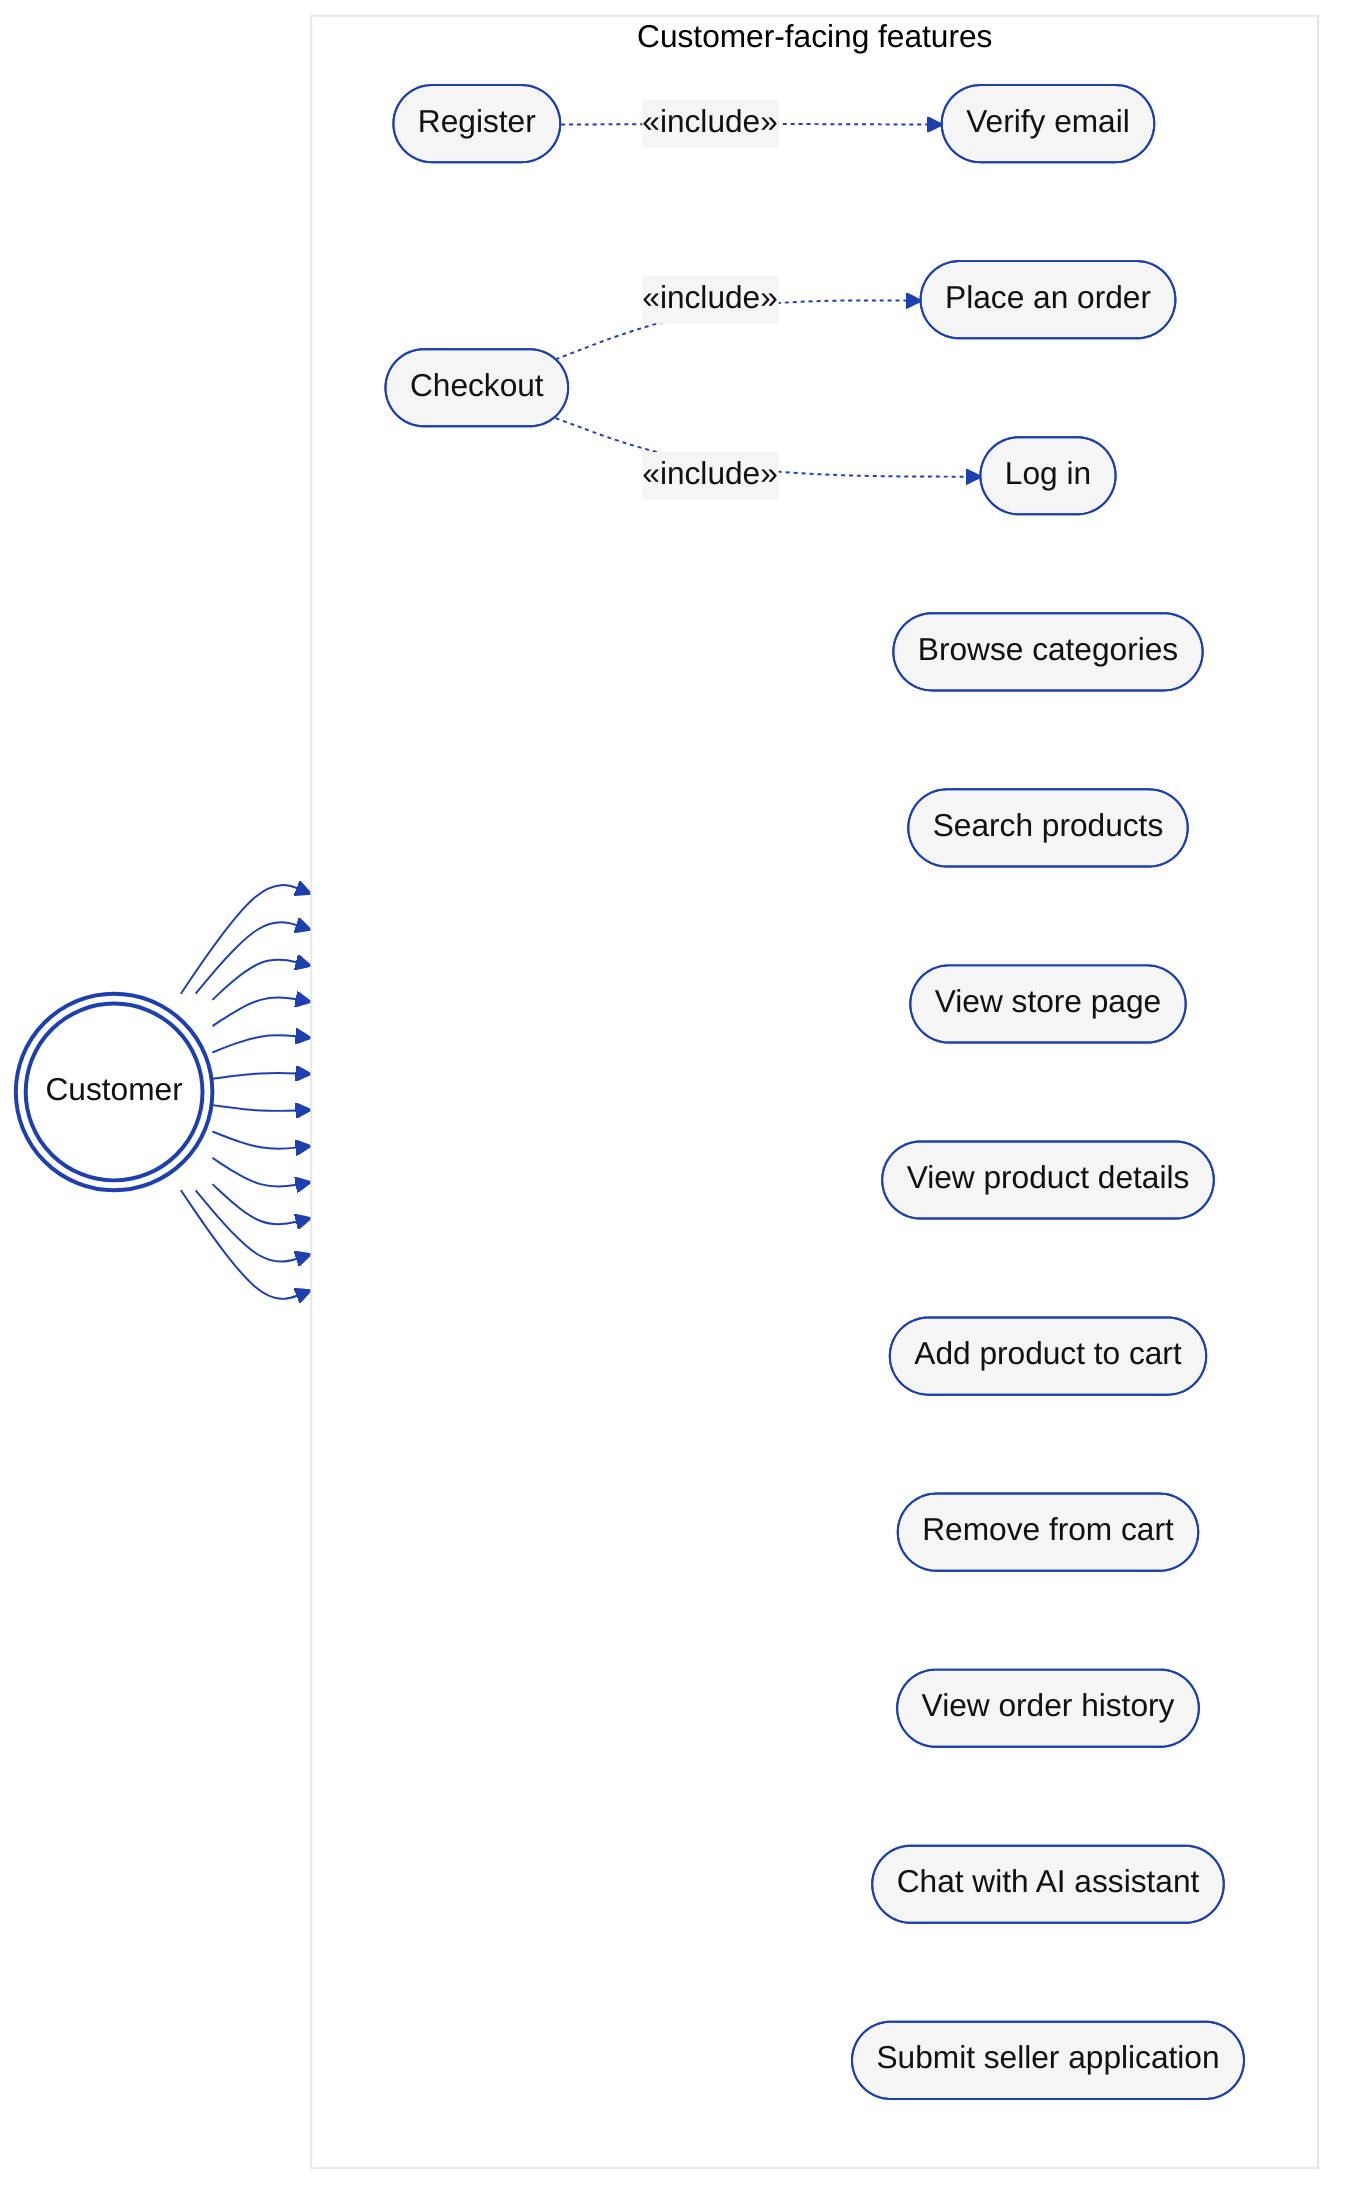
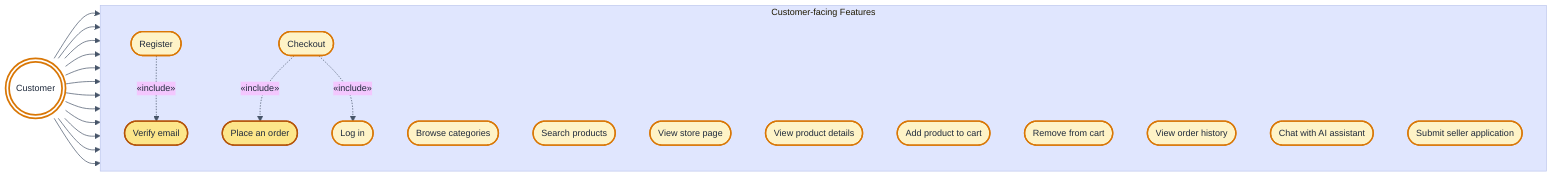
- %%{init: {'theme':'base','themeVariables':{'primaryColor':'#F5F5F5','primaryBorderColor':'#1E40AF','primaryTextColor':'#111111','lineColor':'#1E40AF','fontFamily':'Helvetica'}}}%%
+ %%{init: {'theme':'base','themeVariables':{'primaryColor':'#FEF3C7','primaryBorderColor':'#D97706','primaryTextColor':'#1E293B','lineColor':'#475569','fontFamily':'Helvetica','fontSize':'13px'}}}%%
flowchart LR
-     C(((Customer)))
+     C((("Customer")))

-     subgraph SYS[Customer-facing features]
-       direction LR
+     subgraph SYS["Customer-facing Features"]
+       direction TB
      UC1(["Register"])
      UC2(["Verify email"])
      UC3(["Log in"])
      UC4(["Browse categories"])
      UC5(["Search products"])
      UC6(["View store page"])
      UC7(["View product details"])
      UC8(["Add product to cart"])
      UC9(["Remove from cart"])
      UC10(["Checkout"])
      UC11(["Place an order"])
      UC12(["View order history"])
      UC13(["Chat with AI assistant"])
      UC14(["Submit seller application"])
    end

    C --> UC1
    C --> UC3
    C --> UC4
    C --> UC5
    C --> UC6
    C --> UC7
    C --> UC8
    C --> UC9
    C --> UC10
    C --> UC12
    C --> UC13
    C --> UC14

    UC1  -. "«include»" .-> UC2
    UC10 -. "«include»" .-> UC11
    UC10 -. "«include»" .-> UC3

-     classDef actor fill:#FFFFFF,stroke:#1E40AF,stroke-width:2px;
-     class C actor;
+     classDef actor fill:#FFFFFF,stroke:#D97706,stroke-width:2.5px,color:#1E293B
+     classDef uc    fill:#FEF3C7,stroke:#D97706,stroke-width:2px,color:#1E293B
+     classDef sub   fill:#FDE68A,stroke:#B45309,stroke-width:2px,color:#1E293B
+ 
+     class C actor
+     class UC1,UC3,UC4,UC5,UC6,UC7,UC8,UC9,UC10,UC12,UC13,UC14 uc
+     class UC2,UC11 sub
